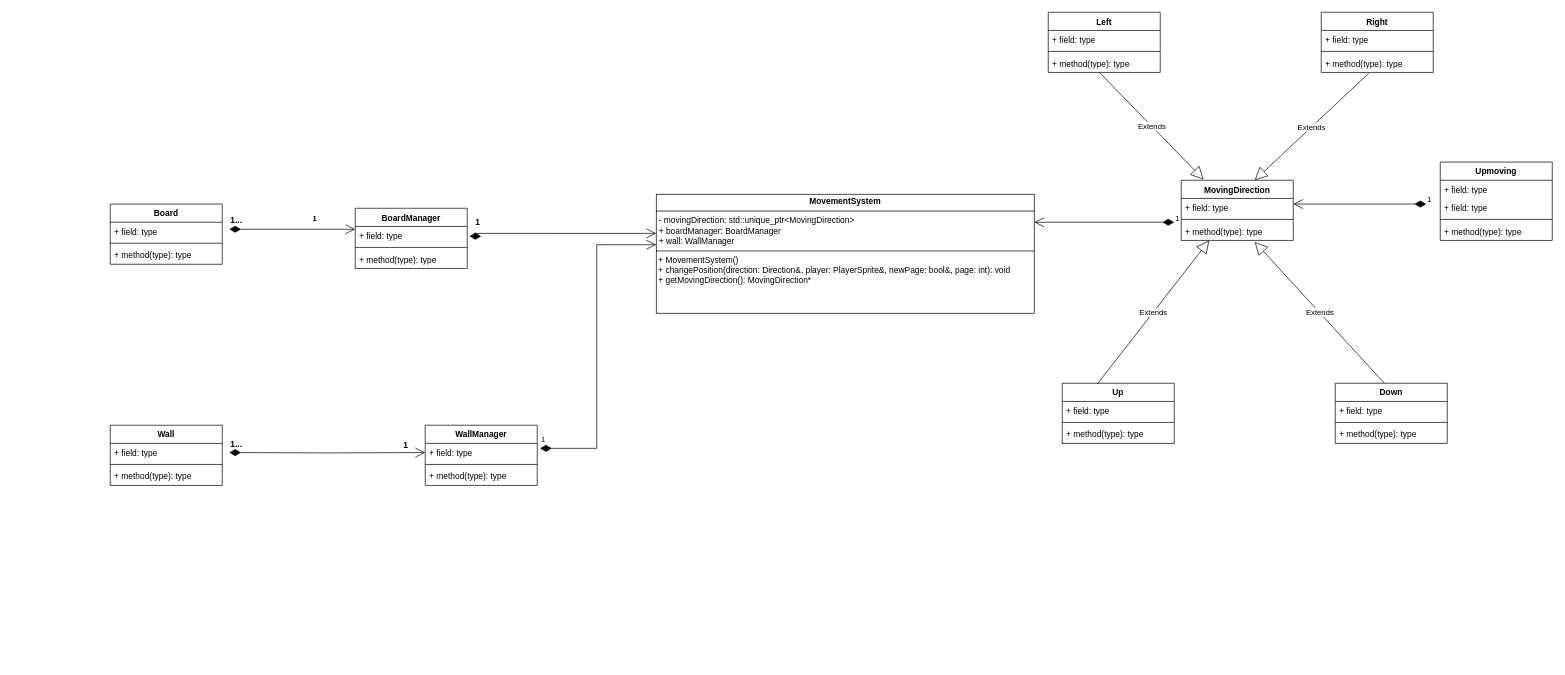
Bird120/FlightToHFT keeps this draw.io diagram as page "Movement System" (4 of 5) of Diagramme sans nom.drawio. Above is the earlier version. Source tidied: cells renumbered, new cells numbered last; positions are measured from the earlier drawing's top-left corner, leaving out a move shared by most shapes. Both pictures are drawn from the tidied source at 70%, with x=0, y=0 at pixel (110, 12).
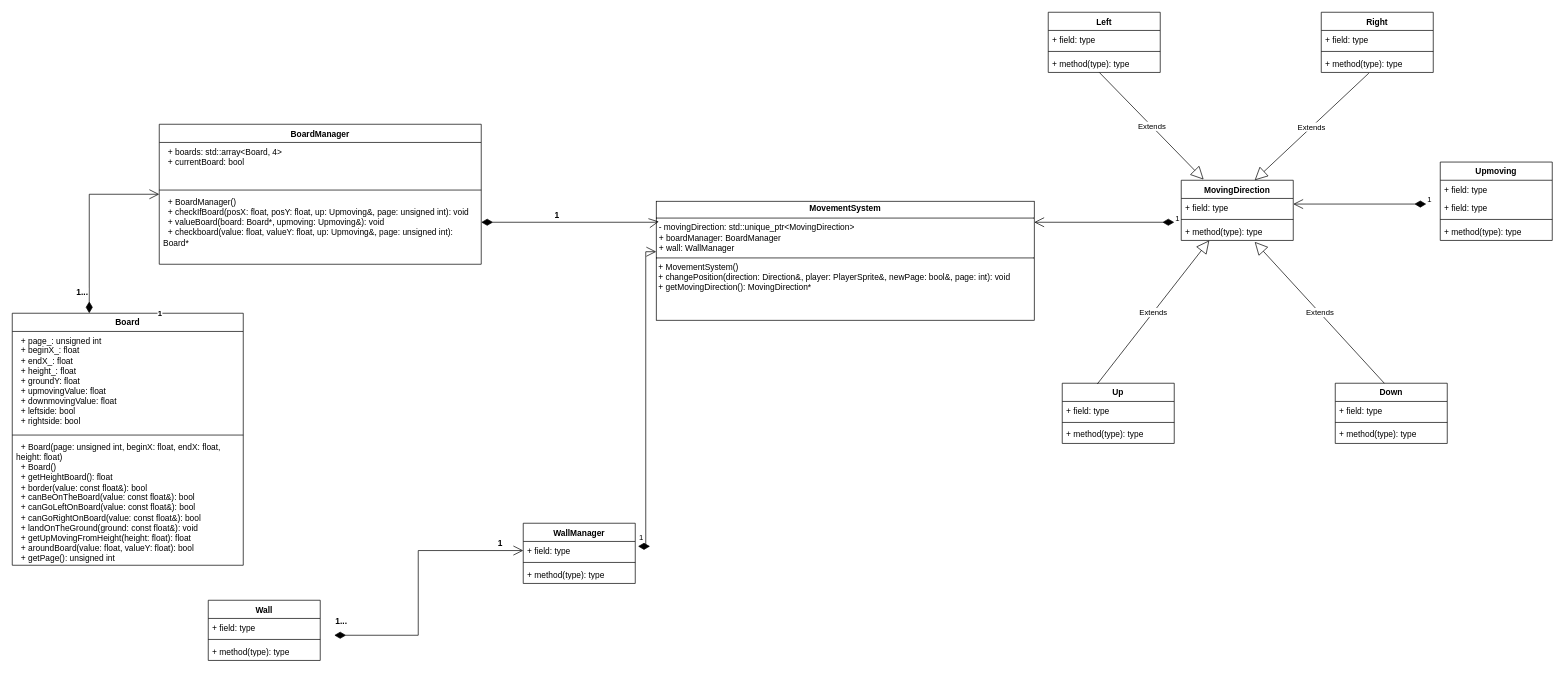
After the change.

Commit message:
Movement System

Unchanged cells that the change refers to:
```xml
<mxCell id="8" value="+ field: type" style="text;strokeColor=none;fillColor=none;align=left;verticalAlign=top;spacingLeft=4;spacingRight=4;overflow=hidden;points=[[0,0.5],[1,0.5]];portConstraint=eastwest;whiteSpace=wrap;html=1;" parent="7" vertex="1">
  <mxGeometry y="26" width="160" height="26" as="geometry" />
</mxCell>
```

What changed in the source:
```diff
@@
     <mxCell id="2" value="BoardManager" style="swimlane;fontStyle=1;align=center;verticalAlign=top;horizontal=1;startSize=26;whiteSpace=wrap;html=1;" parent="1" vertex="1">
-      <mxGeometry x="350" y="280" width="160" height="86" as="geometry" />
+      <mxGeometry x="70" y="160" width="460" height="200" as="geometry" />
     </mxCell>
-    <mxCell id="3" value="+ field: type" style="text;strokeColor=none;fillColor=none;align=left;verticalAlign=top;spacingLeft=4;spacingRight=4;overflow=hidden;whiteSpace=wrap;html=1;" parent="2" vertex="1">
-      <mxGeometry y="26" width="160" height="26" as="geometry" />
+    <mxCell id="3" value="&amp;nbsp; + boards: std::array&amp;lt;Board, 4&amp;gt;&lt;br&gt;&amp;nbsp; + currentBoard: bool" style="text;strokeColor=none;fillColor=none;align=left;verticalAlign=top;spacingLeft=4;spacingRight=4;overflow=hidden;whiteSpace=wrap;html=1;" parent="2" vertex="1">
+      <mxGeometry y="26" width="460" height="64" as="geometry" />
     </mxCell>
     <mxCell id="4" style="line;strokeWidth=1;fillColor=none;align=left;verticalAlign=middle;spacingTop=-1;spacingLeft=3;spacingRight=3;labelPosition=right;strokeColor=inherit;" parent="2" vertex="1">
-      <mxGeometry y="52" width="160" height="8" as="geometry" />
+      <mxGeometry y="90" width="460" height="8" as="geometry" />
     </mxCell>
-    <mxCell id="5" value="+ method(type): type" style="text;strokeColor=none;fillColor=none;align=left;verticalAlign=top;spacingLeft=4;spacingRight=4;overflow=hidden;whiteSpace=wrap;html=1;" parent="2" vertex="1">
-      <mxGeometry y="60" width="160" height="26" as="geometry" />
+    <mxCell id="5" value="&amp;nbsp; + BoardManager()&lt;br&gt;&amp;nbsp; + checkIfBoard(posX: float, posY: float, up: Upmoving&amp;amp;, page: unsigned int): void&lt;br&gt;&amp;nbsp; + valueBoard(board: Board*, upmoving: Upmoving&amp;amp;): void&lt;br&gt;&amp;nbsp; + checkboard(value: float, valueY: float, up: Upmoving&amp;amp;, page: unsigned int): Board*" style="text;strokeColor=none;fillColor=none;align=left;verticalAlign=top;spacingLeft=4;spacingRight=4;overflow=hidden;whiteSpace=wrap;html=1;" parent="2" vertex="1">
+      <mxGeometry y="98" width="460" height="102" as="geometry" />
     </mxCell>
     <mxCell id="6" value="&lt;p style=&quot;margin:0px;margin-top:4px;text-align:center;&quot;&gt;&lt;b&gt;MovementSystem&lt;/b&gt;&lt;/p&gt;&lt;hr size=&quot;1&quot; style=&quot;border-style:solid;&quot;&gt;&lt;p style=&quot;margin:0px;margin-left:4px;&quot;&gt;- movingDirection: std::unique_ptr&amp;lt;MovingDirection&amp;gt;&amp;nbsp;&lt;br&gt;+ boardManager: BoardManager&lt;br&gt;+ wall: WallManager&lt;/p&gt;&lt;hr size=&quot;1&quot; style=&quot;border-style:solid;&quot;&gt;&amp;nbsp;+ MovementSystem()&lt;br&gt;&amp;nbsp;+ changePosition(direction: Direction&amp;amp;, player: PlayerSprite&amp;amp;, newPage: bool&amp;amp;, page: int): void&amp;nbsp;&lt;br&gt;&amp;nbsp;+ getMovingDirection(): MovingDirection*&amp;nbsp; &amp;nbsp;" style="verticalAlign=top;align=left;overflow=fill;html=1;whiteSpace=wrap;" parent="1" vertex="1">
-      <mxGeometry x="780" y="260" width="540" height="170" as="geometry" />
+      <mxGeometry x="780" y="270" width="540" height="170" as="geometry" />
     </mxCell>
     <mxCell id="7" value="WallManager" style="swimlane;fontStyle=1;align=center;verticalAlign=top;horizontal=1;startSize=26;whiteSpace=wrap;html=1;" parent="1" vertex="1">
-      <mxGeometry x="450" y="590" width="160" height="86" as="geometry" />
+      <mxGeometry x="590" y="730" width="160" height="86" as="geometry" />
     </mxCell>
@@
     <mxCell id="22" value="Board" style="swimlane;fontStyle=1;align=center;verticalAlign=top;horizontal=1;startSize=26;whiteSpace=wrap;html=1;" parent="1" vertex="1">
-      <mxGeometry y="274" width="160" height="86" as="geometry" />
+      <mxGeometry x="-140" y="430" width="330" height="360" as="geometry" />
     </mxCell>
-    <mxCell id="23" value="+ field: type" style="text;strokeColor=none;fillColor=none;align=left;verticalAlign=top;spacingLeft=4;spacingRight=4;overflow=hidden;whiteSpace=wrap;html=1;" parent="22" vertex="1">
-      <mxGeometry y="26" width="160" height="26" as="geometry" />
+    <mxCell id="23" value="&amp;nbsp; + page_: unsigned int&lt;br&gt;&amp;nbsp; + beginX_: float&lt;br&gt;&amp;nbsp; + endX_: float&lt;br&gt;&amp;nbsp; + height_: float&lt;br&gt;&amp;nbsp; + groundY: float&lt;br&gt;&amp;nbsp; + upmovingValue: float&lt;br&gt;&amp;nbsp; + downmovingValue: float&lt;br&gt;&amp;nbsp; + leftside: bool&lt;br&gt;&amp;nbsp; + rightside: bool" style="text;strokeColor=none;fillColor=none;align=left;verticalAlign=top;spacingLeft=4;spacingRight=4;overflow=hidden;whiteSpace=wrap;html=1;" parent="22" vertex="1">
+      <mxGeometry y="26" width="330" height="144" as="geometry" />
     </mxCell>
     <mxCell id="24" style="line;strokeWidth=1;fillColor=none;align=left;verticalAlign=middle;spacingTop=-1;spacingLeft=3;spacingRight=3;labelPosition=right;strokeColor=inherit;" parent="22" vertex="1">
-      <mxGeometry y="52" width="160" height="8" as="geometry" />
+      <mxGeometry y="170" width="330" height="8" as="geometry" />
     </mxCell>
-    <mxCell id="25" value="+ method(type): type" style="text;strokeColor=none;fillColor=none;align=left;verticalAlign=top;spacingLeft=4;spacingRight=4;overflow=hidden;whiteSpace=wrap;html=1;" parent="22" vertex="1">
-      <mxGeometry y="60" width="160" height="26" as="geometry" />
+    <mxCell id="25" value="&amp;nbsp; + Board(page: unsigned int, beginX: float, endX: float, height: float)&lt;br&gt;&amp;nbsp; + Board()&lt;br&gt;&amp;nbsp; + getHeightBoard(): float&lt;br&gt;&amp;nbsp; + border(value: const float&amp;amp;): bool&lt;br&gt;&amp;nbsp; + canBeOnTheBoard(value: const float&amp;amp;): bool&lt;br&gt;&amp;nbsp; + canGoLeftOnBoard(value: const float&amp;amp;): bool&lt;br&gt;&amp;nbsp; + canGoRightOnBoard(value: const float&amp;amp;): bool&lt;br&gt;&amp;nbsp; + landOnTheGround(ground: const float&amp;amp;): void&lt;br&gt;&amp;nbsp; + getUpMovingFromHeight(height: float): float&lt;br&gt;&amp;nbsp; + aroundBoard(value: float, valueY: float): bool&lt;br&gt;&amp;nbsp; + getPage(): unsigned int" style="text;strokeColor=none;fillColor=none;align=left;verticalAlign=top;spacingLeft=4;spacingRight=4;overflow=hidden;whiteSpace=wrap;html=1;" parent="22" vertex="1">
+      <mxGeometry y="178" width="330" height="182" as="geometry" />
     </mxCell>
-    <mxCell id="26" value="&lt;b&gt;&lt;font style=&quot;font-size: 12px;&quot;&gt;1&lt;/font&gt;&lt;/b&gt;" style="endArrow=open;html=1;endSize=12;startArrow=diamondThin;startSize=14;startFill=1;edgeStyle=orthogonalEdgeStyle;align=left;verticalAlign=bottom;rounded=0;entryX=0;entryY=0.329;entryDx=0;entryDy=0;entryPerimeter=0;" parent="1" edge="1" target="6">
-      <mxGeometry x="-0.9" y="6" relative="1" as="geometry">
-        <mxPoint x="530" y="320" as="sourcePoint" />
+    <mxCell id="26" value="&lt;b&gt;&lt;font style=&quot;font-size: 12px;&quot;&gt;1&lt;/font&gt;&lt;/b&gt;" style="endArrow=open;html=1;endSize=12;startArrow=diamondThin;startSize=14;startFill=1;edgeStyle=orthogonalEdgeStyle;align=left;verticalAlign=bottom;rounded=0;entryX=0.007;entryY=0.171;entryDx=0;entryDy=0;entryPerimeter=0;" parent="1" edge="1" target="6">
+      <mxGeometry x="-0.19" relative="1" as="geometry">
+        <mxPoint x="530" y="300" as="sourcePoint" />
         <Array as="points">
-          <mxPoint x="520" y="320" />
-          <mxPoint x="520" y="316" />
+          <mxPoint x="778" y="300" />
         </Array>
       </mxGeometry>
     </mxCell>
-    <mxCell id="27" value="&lt;b&gt;&lt;font style=&quot;font-size: 12px;&quot;&gt;1...&lt;/font&gt;&lt;/b&gt;" style="endArrow=open;html=1;endSize=12;startArrow=diamondThin;startSize=14;startFill=1;edgeStyle=orthogonalEdgeStyle;align=left;verticalAlign=bottom;rounded=0;" parent="1" edge="1">
-      <mxGeometry x="-1" y="3" relative="1" as="geometry">
-        <mxPoint x="170" y="310" as="sourcePoint" />
-        <mxPoint x="350" y="310" as="targetPoint" />
-      </mxGeometry>
-    </mxCell>
-    <mxCell id="28" value="&lt;b&gt;1&lt;/b&gt;" style="edgeLabel;html=1;align=center;verticalAlign=middle;" parent="27" vertex="1">
-      <mxGeometry x="-0.98" y="19" relative="1" as="geometry">
-        <mxPoint x="119" y="3" as="offset" />
-      </mxGeometry>
-    </mxCell>
     <mxCell id="29" value="Wall" style="swimlane;fontStyle=1;align=center;verticalAlign=top;horizontal=1;startSize=26;whiteSpace=wrap;html=1;" parent="1" vertex="1">
-      <mxGeometry y="590" width="160" height="86" as="geometry" />
+      <mxGeometry x="140" y="840" width="160" height="86" as="geometry" />
     </mxCell>
@@
     <mxCell id="33" value="&lt;b&gt;&lt;font style=&quot;font-size: 12px;&quot;&gt;1...&lt;/font&gt;&lt;/b&gt;" style="endArrow=open;html=1;endSize=12;startArrow=diamondThin;startSize=14;startFill=1;edgeStyle=orthogonalEdgeStyle;align=left;verticalAlign=bottom;rounded=0;entryX=0;entryY=0.5;entryDx=0;entryDy=0;" parent="1" edge="1" target="8">
-      <mxGeometry x="-1" y="3" relative="1" as="geometry">
-        <mxPoint x="170" y="629" as="sourcePoint" />
+      <mxGeometry x="-1" y="10" relative="1" as="geometry">
+        <mxPoint x="320" y="890" as="sourcePoint" />
+        <Array as="points">
+          <mxPoint x="440" y="890" />
+          <mxPoint x="440" y="769" />
+        </Array>
       </mxGeometry>
     </mxCell>
@@
+    <mxCell id="27" value="&lt;b&gt;&lt;font style=&quot;font-size: 12px;&quot;&gt;1...&lt;/font&gt;&lt;/b&gt;" style="endArrow=open;html=1;endSize=12;startArrow=diamondThin;startSize=14;startFill=1;edgeStyle=orthogonalEdgeStyle;align=left;verticalAlign=bottom;rounded=0;" parent="1" edge="1" source="22" target="2">
+      <mxGeometry x="-0.85" y="20" relative="1" as="geometry">
+        <Array as="points">
+          <mxPoint x="-30" y="260" />
+        </Array>
+      </mxGeometry>
+    </mxCell>
+    <mxCell id="28" value="&lt;b&gt;1&lt;/b&gt;" style="edgeLabel;html=1;align=center;verticalAlign=middle;" parent="27" vertex="1">
+      <mxGeometry x="-0.98" y="19" relative="1" as="geometry">
+        <mxPoint x="119" y="3" as="offset" />
+      </mxGeometry>
+    </mxCell>
```
